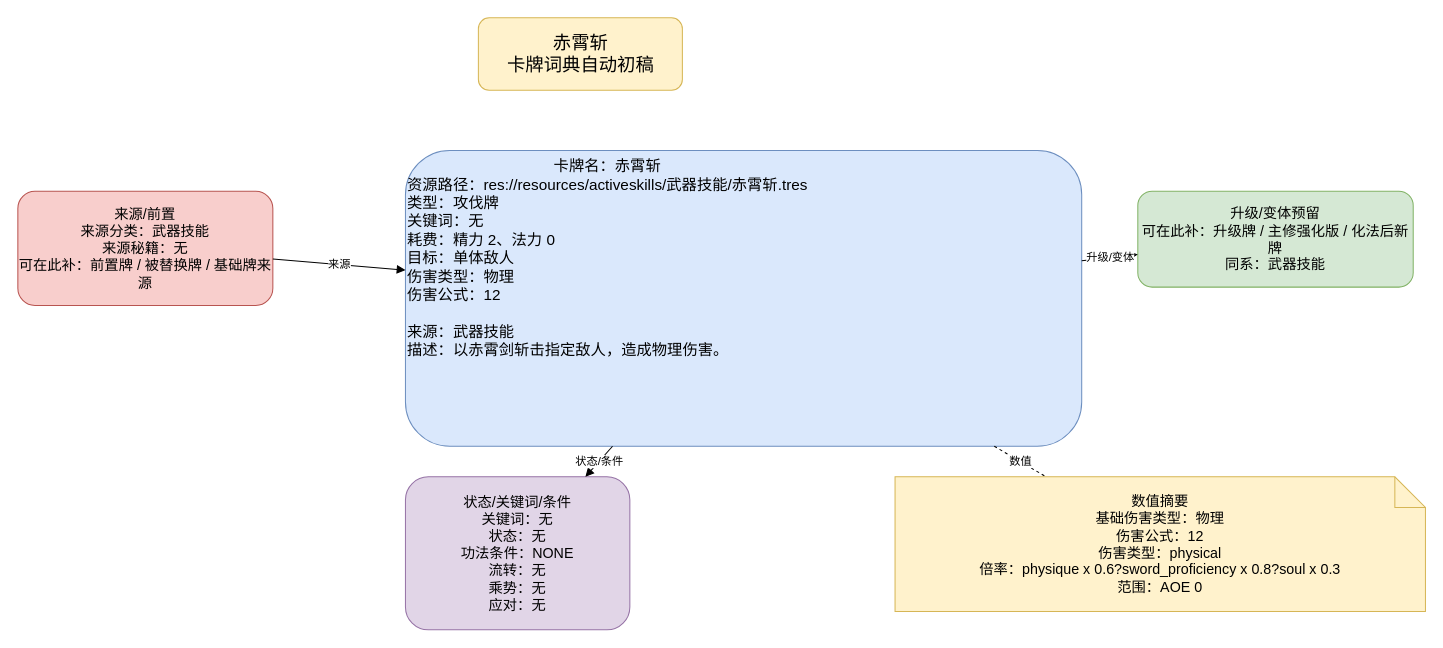
Earlier version of the draw.io diagram docs/卡牌词典/武器技能/赤霄斩.drawio (ankundanetracyc-spec/tian-guan-you-du). Source tidied: cells renumbered, new cells numbered last; positions are measured from the earlier drawing's top-left corner, leaving out a move shared by most shapes. Both pictures are drawn from the tidied source at 102%, with x=0, y=0 at pixel (17, 17).
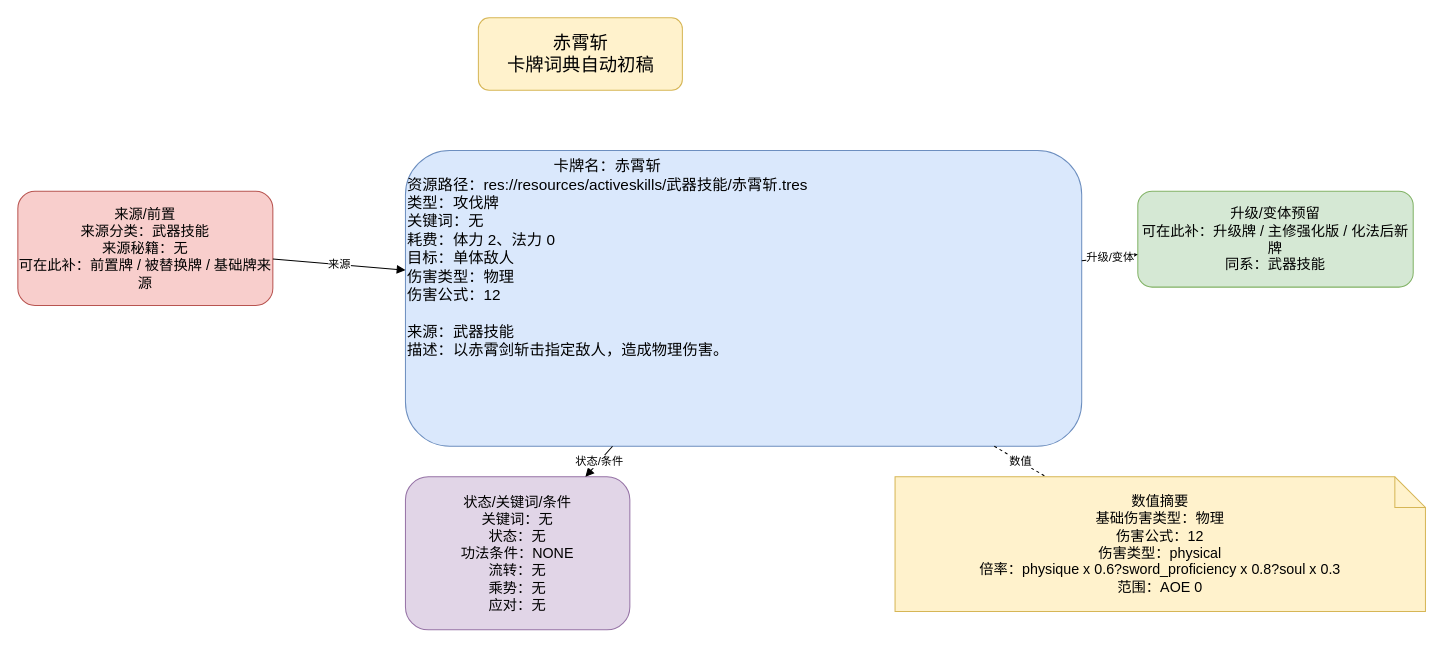
Above is the later version.

Diff of the diagram source:
```diff
@@
 <mxGraphModel>
   <root>
     <mxCell id="0" />
     <mxCell id="1" parent="0" />
     <mxCell id="2" value="赤霄斩&#10;卡牌词典自动初稿" style="rounded=1;whiteSpace=wrap;html=1;fillColor=#fff2cc;strokeColor=#d6b656;fontSize=18;" parent="1" vertex="1">
       <mxGeometry x="451.5" width="200" height="71" as="geometry" />
     </mxCell>
-    <mxCell id="3" value="&lt;div style=&quot;text-align:center;&quot;&gt;卡牌名：赤霄斩&lt;/div&gt;&lt;div style=&quot;text-align:left;&quot;&gt;资源路径：res://resources/activeskills/武器技能/赤霄斩.tres&lt;br&gt;类型：攻伐牌&lt;br&gt;关键词：无&lt;br&gt;耗费：精力 2、法力 0&lt;br&gt;目标：单体敌人&lt;br&gt;伤害类型：物理&lt;br&gt;伤害公式：12&lt;/div&gt;&lt;br&gt;来源：武器技能&lt;br&gt;描述：以赤霄剑斩击指定敌人，造成物理伤害。" style="rounded=1;whiteSpace=wrap;html=1;fillColor=#dae8fc;strokeColor=#6c8ebf;fontSize=15;align=left;verticalAlign=top;" parent="1" vertex="1">
+    <mxCell id="3" value="&lt;div style=&quot;text-align:center;&quot;&gt;卡牌名：赤霄斩&lt;/div&gt;&lt;div style=&quot;text-align:left;&quot;&gt;资源路径：res://resources/activeskills/武器技能/赤霄斩.tres&lt;br&gt;类型：攻伐牌&lt;br&gt;关键词：无&lt;br&gt;耗费：体力 2、法力 0&lt;br&gt;目标：单体敌人&lt;br&gt;伤害类型：物理&lt;br&gt;伤害公式：12&lt;/div&gt;&lt;br&gt;来源：武器技能&lt;br&gt;描述：以赤霄剑斩击指定敌人，造成物理伤害。" style="rounded=1;whiteSpace=wrap;html=1;fillColor=#dae8fc;strokeColor=#6c8ebf;fontSize=15;align=left;verticalAlign=top;" parent="1" vertex="1">
       <mxGeometry x="380" y="130" width="663" height="290" as="geometry" />
     </mxCell>
     <mxCell id="4" value="来源/前置&#10;来源分类：武器技能&#10;来源秘籍：无&#10;可在此补：前置牌 / 被替换牌 / 基础牌来源" style="rounded=1;whiteSpace=wrap;html=1;fillColor=#f8cecc;strokeColor=#b85450;fontSize=14;" parent="1" vertex="1">
       <mxGeometry y="170" width="250" height="112" as="geometry" />
     </mxCell>
     <mxCell id="5" value="升级/变体预留&#10;可在此补：升级牌 / 主修强化版 / 化法后新牌&#10;同系：武器技能" style="rounded=1;whiteSpace=wrap;html=1;fillColor=#d5e8d4;strokeColor=#82b366;fontSize=14;" parent="1" vertex="1">
       <mxGeometry x="1098" y="170" width="270" height="94" as="geometry" />
     </mxCell>
     <mxCell id="6" value="状态/关键词/条件&#10;关键词：无&#10;状态：无&#10;功法条件：NONE&#10;流转：无&#10;乘势：无&#10;应对：无" style="rounded=1;whiteSpace=wrap;html=1;fillColor=#e1d5e7;strokeColor=#9673a6;fontSize=14;" parent="1" vertex="1">
       <mxGeometry x="380" y="450" width="220" height="150" as="geometry" />
     </mxCell>
     <mxCell id="7" value="数值摘要&lt;br&gt;基础伤害类型：物理&lt;br&gt;伤害公式：12&lt;br&gt;伤害类型：physical&lt;br&gt;倍率：physique x 0.6?sword_proficiency x 0.8?soul x 0.3&lt;br&gt;范围：AOE 0" style="shape=note;whiteSpace=wrap;html=1;fillColor=#fff2cc;strokeColor=#d6b656;fontSize=14;" parent="1" vertex="1">
       <mxGeometry x="860" y="450" width="520" height="132" as="geometry" />
     </mxCell>
     <mxCell id="8" value="来源" style="endArrow=block;html=1;rounded=0;" parent="1" edge="1" source="4" target="3">
       <mxGeometry relative="1" as="geometry" />
     </mxCell>
     <mxCell id="9" value="升级/变体" style="endArrow=block;html=1;rounded=0;" parent="1" edge="1" source="3" target="5">
       <mxGeometry relative="1" as="geometry" />
     </mxCell>
     <mxCell id="10" value="状态/条件" style="endArrow=block;html=1;rounded=0;" parent="1" edge="1" source="3" target="6">
       <mxGeometry relative="1" as="geometry" />
     </mxCell>
     <mxCell id="11" value="数值" style="endArrow=none;dashed=1;html=1;" parent="1" edge="1" source="3" target="7">
       <mxGeometry relative="1" as="geometry" />
     </mxCell>
   </root>
 </mxGraphModel>
```
